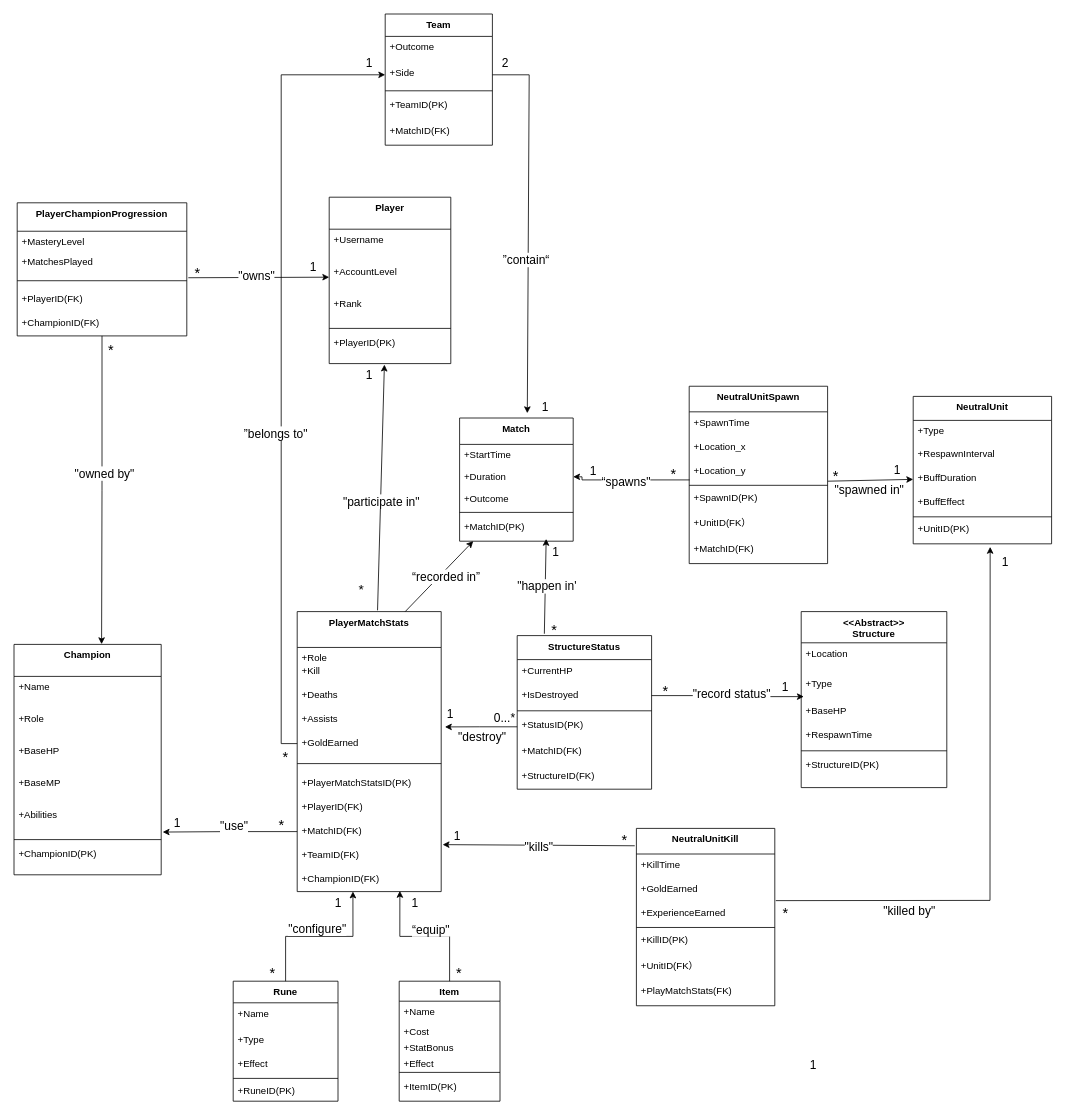
mushroomAAA/draw.io keeps this draw.io diagram as 测试1.drawio. Above is the earlier version. Source tidied: cells renumbered, new cells numbered last; positions are measured from the earlier drawing's top-left corner, leaving out a move shared by most shapes. Both pictures are drawn from the tidied source at 80%, with x=0, y=0 at pixel (14, 14).
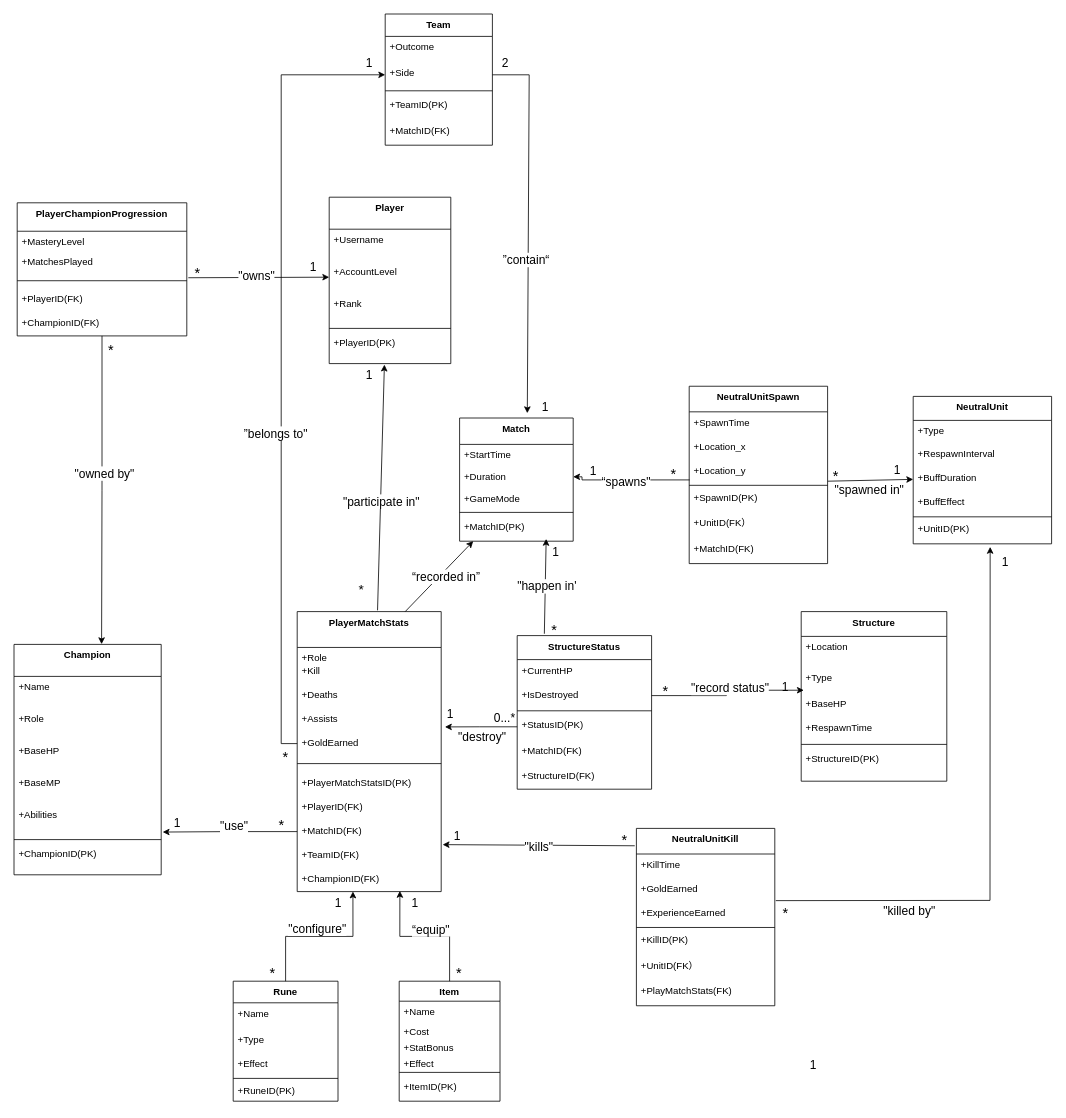
After the change.

Unchanged cells that the change refers to:
```xml
<mxCell id="36" value="Match" style="swimlane;fontStyle=1;align=center;verticalAlign=top;horizontal=1;startSize=33;" parent="1" vertex="1">
  <mxGeometry x="557" y="505" width="142" height="154" as="geometry" />
</mxCell>
```

The edit, as a diff of the source:
```diff
@@
-    <mxCell id="2" value="&lt;&lt;Abstract&gt;&gt;&#10;Structure" style="swimlane;fontStyle=1;align=center;verticalAlign=top;horizontal=1;startSize=39;" parent="1" vertex="1">
-      <mxGeometry x="984" y="747" width="182" height="220" as="geometry" />
+    <mxCell id="2" value="Structure" style="swimlane;fontStyle=1;align=center;verticalAlign=top;horizontal=1;startSize=31;" parent="1" vertex="1">
+      <mxGeometry x="984" y="747" width="182" height="212" as="geometry" />
     </mxCell>
     <mxCell id="3" value="+Location" style="text;strokeColor=none;fillColor=none;align=left;verticalAlign=top;spacingLeft=4;spacingRight=4;overflow=hidden;" parent="2" vertex="1">
-      <mxGeometry y="39" width="182" height="38" as="geometry" />
+      <mxGeometry y="31" width="182" height="38" as="geometry" />
     </mxCell>
     <mxCell id="4" value="+Type" style="text;strokeColor=none;fillColor=none;align=left;verticalAlign=top;spacingLeft=4;spacingRight=4;overflow=hidden;" parent="2" vertex="1">
-      <mxGeometry y="77" width="182" height="33" as="geometry" />
+      <mxGeometry y="69" width="182" height="33" as="geometry" />
     </mxCell>
     <mxCell id="5" value="+BaseHP" style="text;strokeColor=none;fillColor=none;align=left;verticalAlign=top;spacingLeft=4;spacingRight=4;overflow=hidden;points=[[0,0.5],[1,0.5]];portConstraint=eastwest;" parent="2" vertex="1">
-      <mxGeometry y="110" width="182" height="30" as="geometry" />
+      <mxGeometry y="102" width="182" height="30" as="geometry" />
     </mxCell>
     <mxCell id="6" value="+RespawnTime" style="text;strokeColor=none;fillColor=none;align=left;verticalAlign=top;spacingLeft=4;spacingRight=4;overflow=hidden;" parent="2" vertex="1">
-      <mxGeometry y="140" width="182" height="30" as="geometry" />
+      <mxGeometry y="132" width="182" height="30" as="geometry" />
     </mxCell>
     <mxCell id="7" style="line;strokeWidth=1;fillColor=none;align=left;verticalAlign=middle;spacingTop=-1;spacingLeft=3;spacingRight=3;labelPosition=right;strokeColor=inherit;" parent="2" vertex="1">
-      <mxGeometry y="170" width="182" height="8" as="geometry" />
+      <mxGeometry y="162" width="182" height="8" as="geometry" />
     </mxCell>
     <mxCell id="8" value="+StructureID(PK)" style="text;strokeColor=none;fillColor=none;align=left;verticalAlign=top;spacingLeft=4;spacingRight=4;overflow=hidden;" parent="2" vertex="1">
-      <mxGeometry y="178" width="182" height="42" as="geometry" />
+      <mxGeometry y="170" width="182" height="42" as="geometry" />
     </mxCell>
@@
-    <mxCell id="39" value="+Outcome" style="text;strokeColor=none;fillColor=none;align=left;verticalAlign=top;spacingLeft=4;spacingRight=4;overflow=hidden;" parent="36" vertex="1">
+    <mxCell id="39" value="+GameMode" style="text;strokeColor=none;fillColor=none;align=left;verticalAlign=top;spacingLeft=4;spacingRight=4;overflow=hidden;" parent="36" vertex="1">
       <mxGeometry y="87" width="142" height="27" as="geometry" />
     </mxCell>
```
